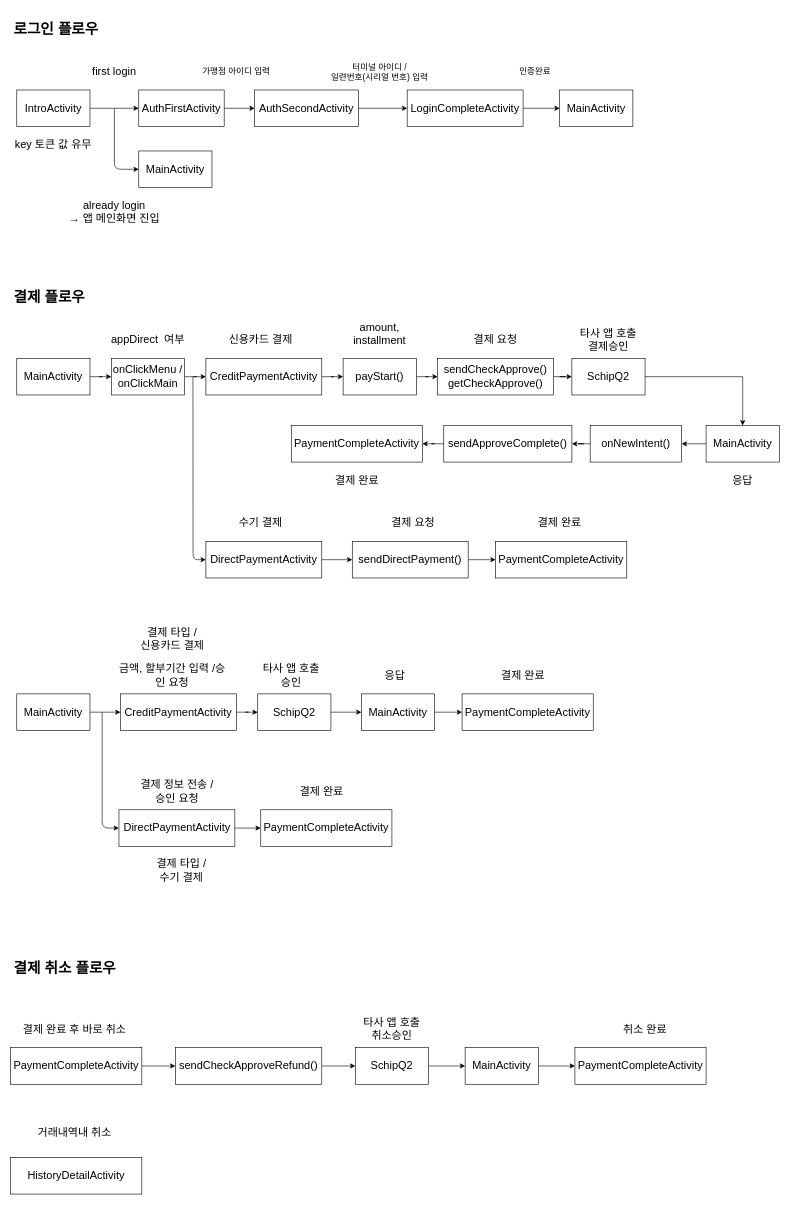
alsoscope/TIL keeps this draw.io diagram as Draw/flow20201124.drawio. Above is the earlier version. Source tidied: cells renumbered, new cells numbered last; positions are measured from the earlier drawing's top-left corner, leaving out a move shared by most shapes. Both pictures are drawn from the tidied source at 61%, with x=0, y=0 at pixel (10, 16).
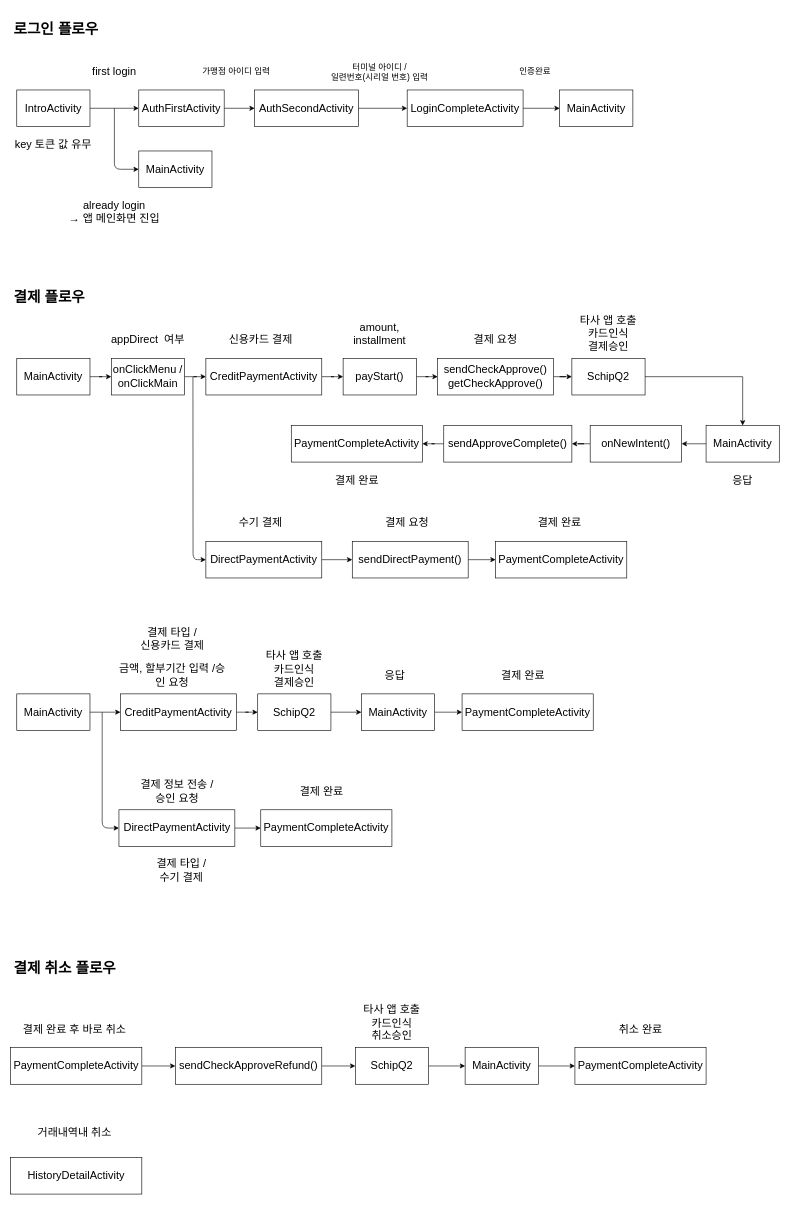
Above is the later version.

Diff of the diagram source:
```diff
@@
-    <mxCell id="43" value="&lt;span style=&quot;font-size: 18px&quot;&gt;타사 앱 호출&lt;br&gt;결제승인&lt;br&gt;&lt;/span&gt;" style="text;html=1;strokeColor=none;fillColor=none;align=center;verticalAlign=middle;whiteSpace=wrap;rounded=0;" parent="1" vertex="1">
-      <mxGeometry x="910" y="510" width="140" height="40" as="geometry" />
+    <mxCell id="43" value="&lt;span style=&quot;font-size: 18px&quot;&gt;타사 앱 호출&lt;br&gt;&lt;/span&gt;&lt;span style=&quot;font-size: 18px&quot;&gt;카드인식&lt;/span&gt;&lt;span style=&quot;font-size: 18px&quot;&gt;&lt;br&gt;결제승인&lt;br&gt;&lt;/span&gt;" style="text;html=1;strokeColor=none;fillColor=none;align=center;verticalAlign=middle;whiteSpace=wrap;rounded=0;" parent="1" vertex="1">
+      <mxGeometry x="910" y="500" width="140" height="40" as="geometry" />
     </mxCell>
@@
-    <mxCell id="53" value="&lt;span style=&quot;font-size: 18px&quot;&gt;타사 앱 호출&lt;br&gt;취소승인&lt;br&gt;&lt;/span&gt;" style="text;html=1;strokeColor=none;fillColor=none;align=center;verticalAlign=middle;whiteSpace=wrap;rounded=0;" parent="1" vertex="1">
-      <mxGeometry x="555" y="1640" width="140" height="40" as="geometry" />
+    <mxCell id="53" value="&lt;span style=&quot;font-size: 18px&quot;&gt;타사 앱 호출&lt;br&gt;카드인식&lt;br&gt;취소승인&lt;br&gt;&lt;/span&gt;" style="text;html=1;strokeColor=none;fillColor=none;align=center;verticalAlign=middle;whiteSpace=wrap;rounded=0;" parent="1" vertex="1">
+      <mxGeometry x="555" y="1630" width="140" height="40" as="geometry" />
     </mxCell>
@@
-    <mxCell id="66" value="&lt;span style=&quot;font-size: 18px&quot;&gt;타사 앱 호출&lt;br&gt;승인&lt;br&gt;&lt;/span&gt;" style="text;html=1;strokeColor=none;fillColor=none;align=center;verticalAlign=middle;whiteSpace=wrap;rounded=0;" parent="1" vertex="1">
-      <mxGeometry x="390" y="1060" width="140" height="40" as="geometry" />
-    </mxCell>
@@
     <mxCell id="90" value="&lt;span style=&quot;font-size: 18px&quot;&gt;취소 완료&lt;/span&gt;" style="text;html=1;strokeColor=none;fillColor=none;align=center;verticalAlign=middle;whiteSpace=wrap;rounded=0;" parent="1" vertex="1">
-      <mxGeometry x="970" y="1640" width="140" height="40" as="geometry" />
+      <mxGeometry x="962.5" y="1640" width="140" height="40" as="geometry" />
     </mxCell>
@@
     <mxCell id="92" value="&lt;span style=&quot;font-size: 18px&quot;&gt;결제 요청&lt;/span&gt;" style="text;html=1;strokeColor=none;fillColor=none;align=center;verticalAlign=middle;whiteSpace=wrap;rounded=0;" parent="1" vertex="1">
-      <mxGeometry x="590" y="810" width="140" height="40" as="geometry" />
+      <mxGeometry x="580" y="810" width="140" height="40" as="geometry" />
     </mxCell>
+    <mxCell id="93" value="&lt;span style=&quot;font-size: 18px&quot;&gt;타사 앱 호출&lt;br&gt;&lt;/span&gt;&lt;span style=&quot;font-size: 18px&quot;&gt;카드인식&lt;/span&gt;&lt;span style=&quot;font-size: 18px&quot;&gt;&lt;br&gt;결제승인&lt;br&gt;&lt;/span&gt;" style="text;html=1;strokeColor=none;fillColor=none;align=center;verticalAlign=middle;whiteSpace=wrap;rounded=0;" parent="1" vertex="1">
+      <mxGeometry x="395" y="1050" width="140" height="40" as="geometry" />
+    </mxCell>
```
